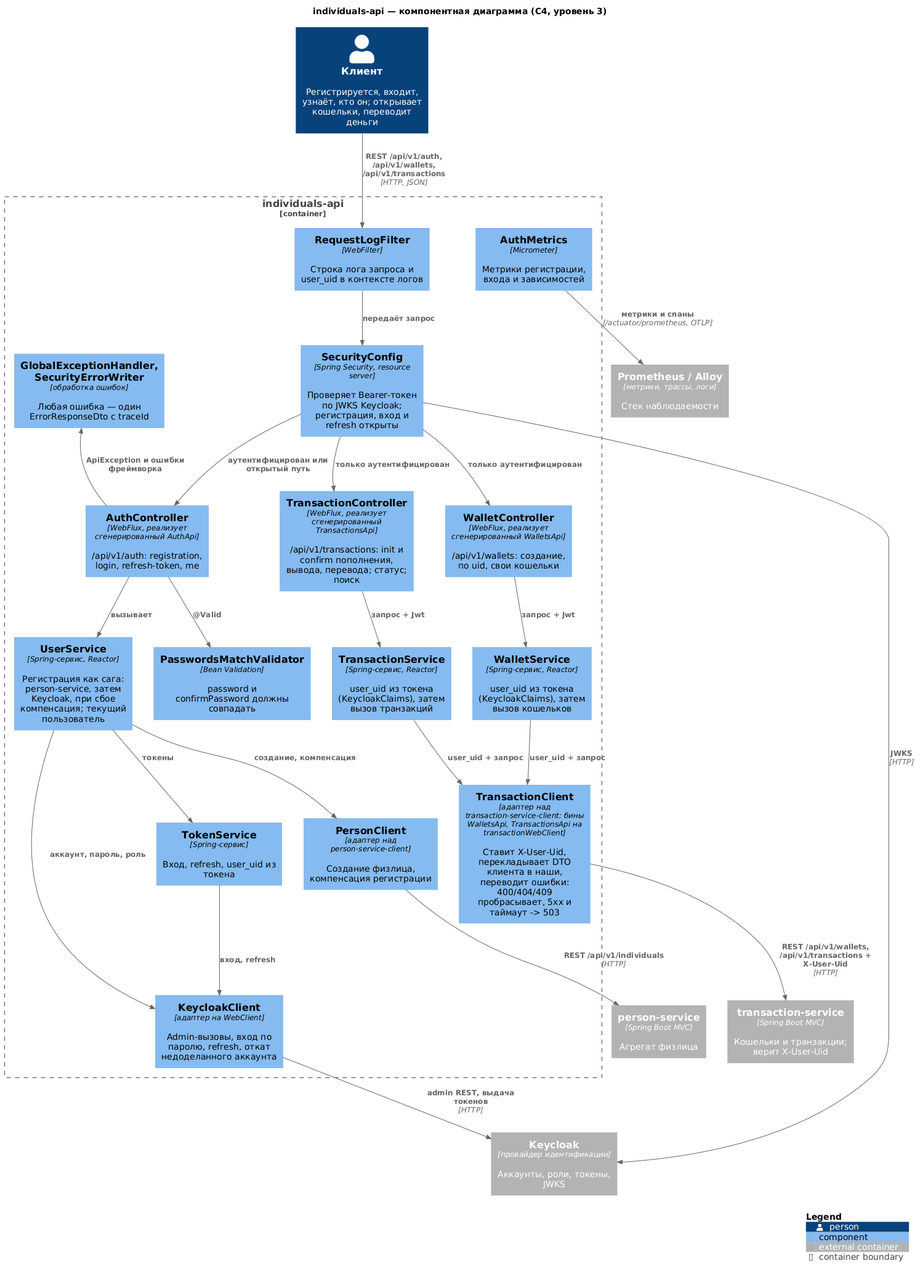
Earlier version of the PlantUML export individuals-api/diagrams-c4/png/ru/component.png (dezxxx/payment-platform).
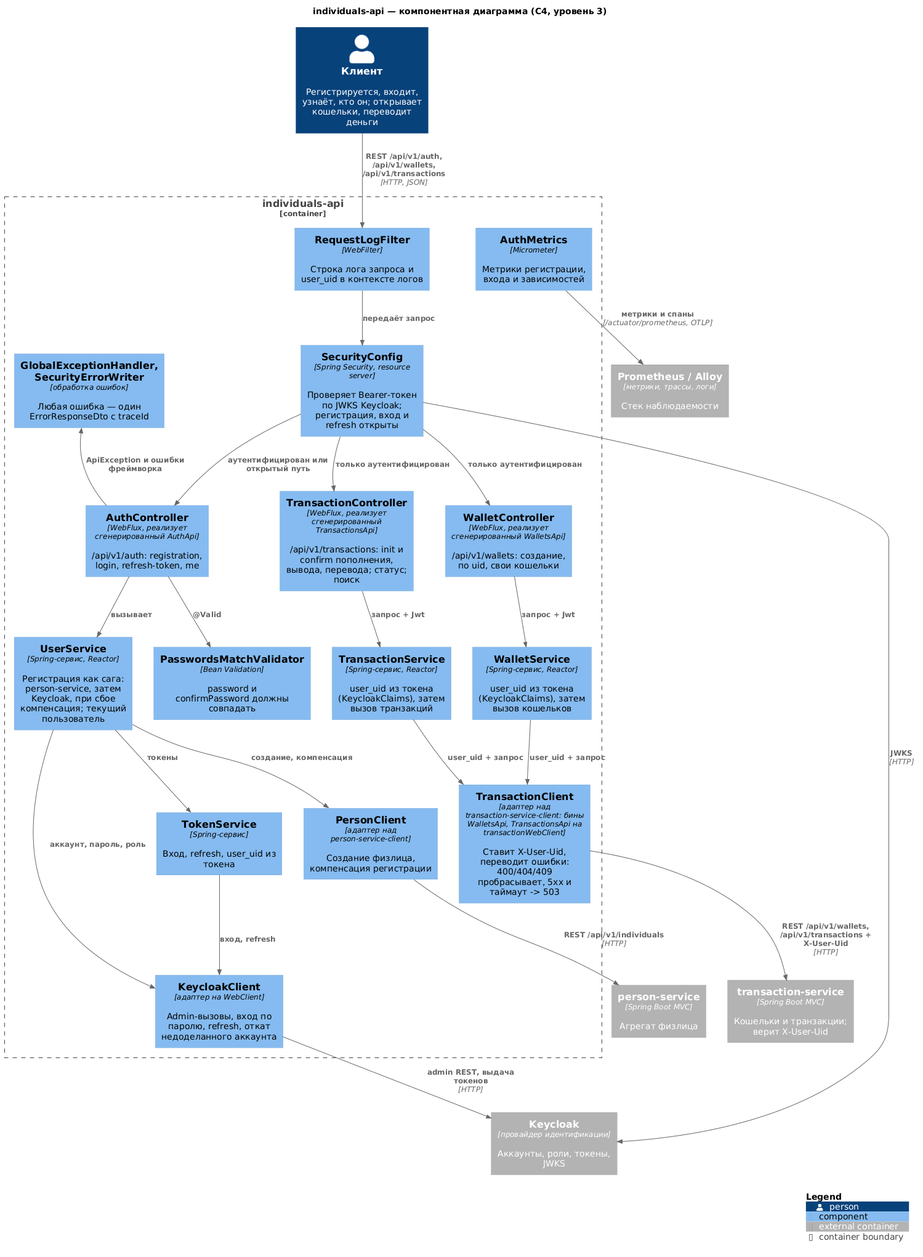
Later version of the same file.

Change to the diagram source:
```diff
@@ -21,7 +21,7 @@
     Component(walletService, "WalletService", "Spring-сервис, Reactor", "user_uid из токена (KeycloakClaims), затем вызов кошельков")
     Component(transactionService2, "TransactionService", "Spring-сервис, Reactor", "user_uid из токена (KeycloakClaims), затем вызов транзакций")
     Component(personClient, "PersonClient", "адаптер над person-service-client", "Создание физлица, компенсация регистрации")
-    Component(transactionClient, "TransactionClient", "адаптер над transaction-service-client: бины WalletsApi, TransactionsApi на transactionWebClient", "Ставит X-User-Uid, перекладывает DTO клиента в наши, переводит ошибки: 400/404/409 пробрасывает, 5xx и таймаут -> 503")
+    Component(transactionClient, "TransactionClient", "адаптер над transaction-service-client: бины WalletsApi, TransactionsApi на transactionWebClient", "Ставит X-User-Uid, переводит ошибки: 400/404/409 пробрасывает, 5xx и таймаут -> 503")
     Component(keycloakClient, "KeycloakClient", "адаптер на WebClient", "Admin-вызовы, вход по паролю, refresh, откат недоделанного аккаунта")
     Component(errors, "GlobalExceptionHandler, SecurityErrorWriter", "обработка ошибок", "Любая ошибка — один ErrorResponseDto с traceId")
     Component(metrics, "AuthMetrics", "Micrometer", "Метрики регистрации, входа и зависимостей")
```
